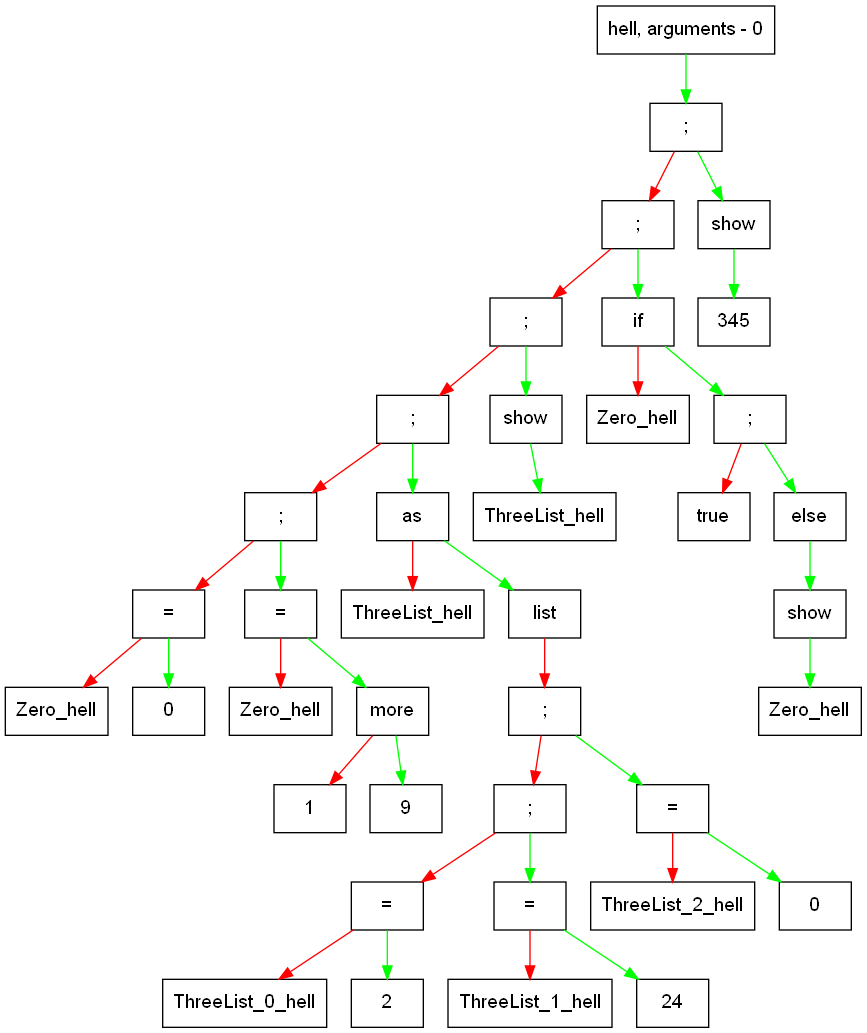
This is dump.png from Naminar/Language, a Graphviz export, as it was before one commit. Its source is kept beside it as dump.dot.
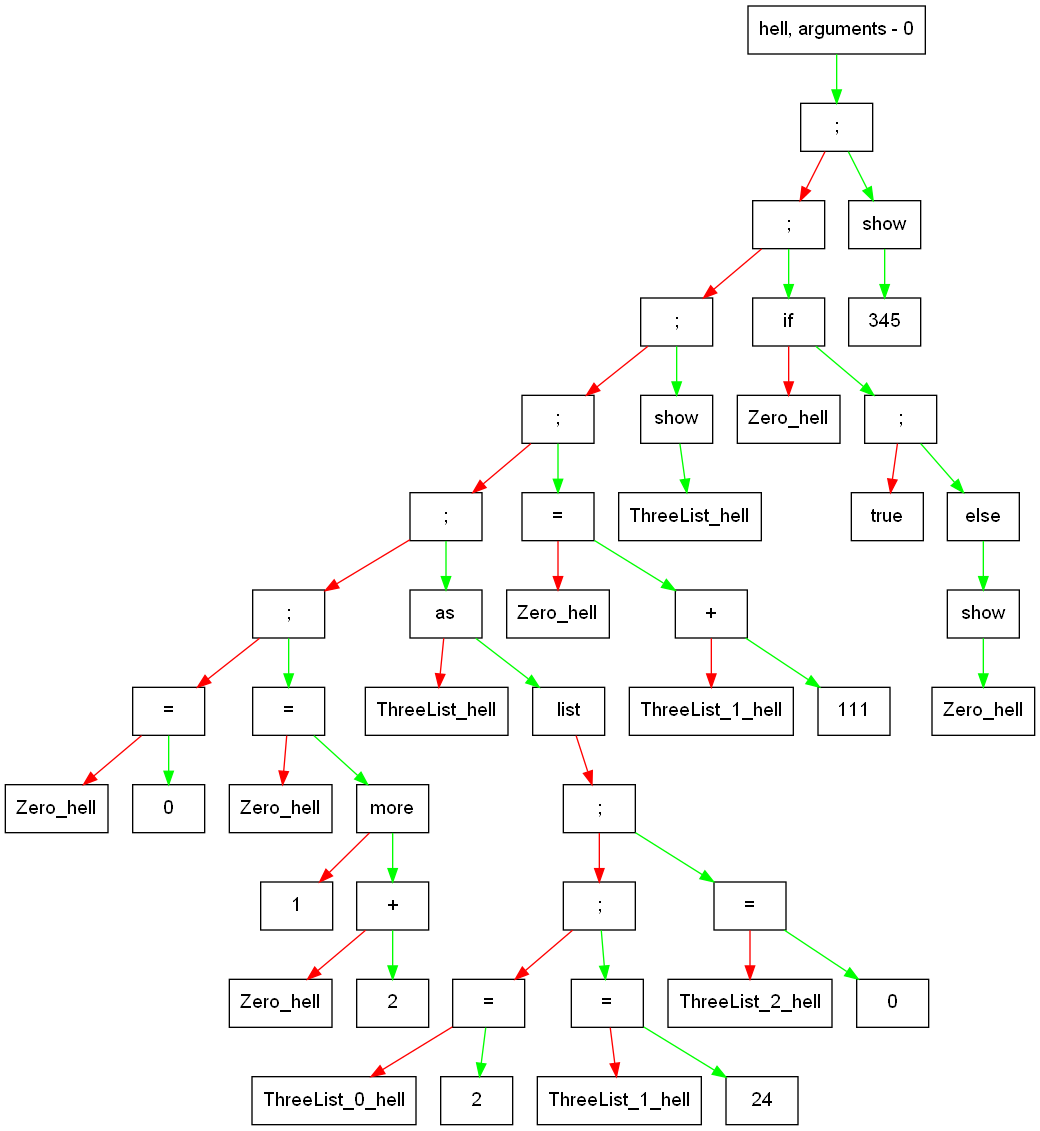
After the change.

Diff of the diagram source:
```diff
@@ -1,80 +1,96 @@
 digraph G{
  size="100" node [shape = record, fontname = Arial];
-    elem000001ba669b1640[label = " {hell, arguments - 0 } "];
+    elem000001f29a071640[label = " {hell, arguments - 0 } "];
 edge [color = green];
-elem000001ba669b1640 -> elem000001ba669b9140;elem000001ba669b9140[label = " {; } "];
+elem000001f29a071640 -> elem000001f29a0791b0;elem000001f29a0791b0[label = " {; } "];
 edge [color = red];
-elem000001ba669b9140 -> elem000001ba669b94c0;edge [color = green];
-elem000001ba669b9140 -> elem000001ba669b8fc0;elem000001ba669b94c0[label = " {; } "];
+elem000001f29a0791b0 -> elem000001f29a079130;edge [color = green];
+elem000001f29a0791b0 -> elem000001f29a078eb0;elem000001f29a079130[label = " {; } "];
 edge [color = red];
-elem000001ba669b94c0 -> elem000001ba669b9040;edge [color = green];
-elem000001ba669b94c0 -> elem000001ba669b7960;elem000001ba669b9040[label = " {; } "];
+elem000001f29a079130 -> elem000001f29a078a30;edge [color = green];
+elem000001f29a079130 -> elem000001f29a079430;elem000001f29a078a30[label = " {; } "];
 edge [color = red];
-elem000001ba669b9040 -> elem000001ba669b9340;edge [color = green];
-elem000001ba669b9040 -> elem000001ba669b77e0;elem000001ba669b9340[label = " {; } "];
+elem000001f29a078a30 -> elem000001f29a0789b0;edge [color = green];
+elem000001f29a078a30 -> elem000001f29a0778e0;elem000001f29a0789b0[label = " {; } "];
 edge [color = red];
-elem000001ba669b9340 -> elem000001ba669b9300;edge [color = green];
-elem000001ba669b9340 -> elem000001ba669b7c60;elem000001ba669b9300[label = " {; } "];
+elem000001f29a0789b0 -> elem000001f29a078f70;edge [color = green];
+elem000001f29a0789b0 -> elem000001f29a0778a0;elem000001f29a078f70[label = " {; } "];
 edge [color = red];
-elem000001ba669b9300 -> elem000001ba669b9400;edge [color = green];
-elem000001ba669b9300 -> elem000001ba669b69a0;elem000001ba669b9400[label = " {= } "];
+elem000001f29a078f70 -> elem000001f29a078af0;edge [color = green];
+elem000001f29a078f70 -> elem000001f29a077c20;elem000001f29a078af0[label = " {; } "];
 edge [color = red];
-elem000001ba669b9400 -> elem000001ba669b6810;edge [color = green];
-elem000001ba669b9400 -> elem000001ba669b8c00;elem000001ba669b6810[label = " {Zero_hell } "];
-elem000001ba669b8c00[label = " {0 } "];
-elem000001ba669b69a0[label = " {= } "];
+elem000001f29a078af0 -> elem000001f29a0795f0;edge [color = green];
+elem000001f29a078af0 -> elem000001f29a0769a0;elem000001f29a0795f0[label = " {= } "];
 edge [color = red];
-elem000001ba669b69a0 -> elem000001ba669b6910;edge [color = green];
-elem000001ba669b69a0 -> elem000001ba669b6ac0;elem000001ba669b6910[label = " {Zero_hell } "];
-elem000001ba669b6ac0[label = " {more } "];
+elem000001f29a0795f0 -> elem000001f29a076810;edge [color = green];
+elem000001f29a0795f0 -> elem000001f29a078c70;elem000001f29a076810[label = " {Zero_hell } "];
+elem000001f29a078c70[label = " {0 } "];
+elem000001f29a0769a0[label = " {= } "];
 edge [color = red];
-elem000001ba669b6ac0 -> elem000001ba669b6a30;edge [color = green];
-elem000001ba669b6ac0 -> elem000001ba669b6be0;elem000001ba669b6a30[label = " {1 } "];
-elem000001ba669b6be0[label = " {9 } "];
-elem000001ba669b7c60[label = " {as } "];
+elem000001f29a0769a0 -> elem000001f29a076910;edge [color = green];
+elem000001f29a0769a0 -> elem000001f29a076ac0;elem000001f29a076910[label = " {Zero_hell } "];
+elem000001f29a076ac0[label = " {more } "];
 edge [color = red];
-elem000001ba669b7c60 -> elem000001ba669b7760;edge [color = green];
-elem000001ba669b7c60 -> elem000001ba669b75a0;elem000001ba669b7760[label = " {ThreeList_hell } "];
-elem000001ba669b75a0[label = " {list } "];
+elem000001f29a076ac0 -> elem000001f29a076a30;edge [color = green];
+elem000001f29a076ac0 -> elem000001f29a076be0;elem000001f29a076a30[label = " {1 } "];
+elem000001f29a076be0[label = " {+ } "];
 edge [color = red];
-elem000001ba669b75a0 -> elem000001ba669b9500;elem000001ba669b9500[label = " {; } "];
+elem000001f29a076be0 -> elem000001f29a076b50;edge [color = green];
+elem000001f29a076be0 -> elem000001f29a077aa0;elem000001f29a076b50[label = " {Zero_hell } "];
+elem000001f29a077aa0[label = " {2 } "];
+elem000001f29a077c20[label = " {as } "];
 edge [color = red];
-elem000001ba669b9500 -> elem000001ba669b9a00;edge [color = green];
-elem000001ba669b9500 -> elem000001ba669b8f80;elem000001ba669b9a00[label = " {; } "];
+elem000001f29a077c20 -> elem000001f29a0776e0;edge [color = green];
+elem000001f29a077c20 -> elem000001f29a0775e0;elem000001f29a0776e0[label = " {ThreeList_hell } "];
+elem000001f29a0775e0[label = " {list } "];
 edge [color = red];
-elem000001ba669b9a00 -> elem000001ba669b9980;edge [color = green];
-elem000001ba669b9a00 -> elem000001ba669b8d00;elem000001ba669b9980[label = " {= } "];
+elem000001f29a0775e0 -> elem000001f29a078cf0;elem000001f29a078cf0[label = " {; } "];
 edge [color = red];
-elem000001ba669b9980 -> elem000001ba669b91c0;edge [color = green];
-elem000001ba669b9980 -> elem000001ba669b79a0;elem000001ba669b91c0[label = " {ThreeList_0_hell } "];
-elem000001ba669b79a0[label = " {2 } "];
-elem000001ba669b8d00[label = " {= } "];
+elem000001f29a078cf0 -> elem000001f29a0788b0;edge [color = green];
+elem000001f29a078cf0 -> elem000001f29a078930;elem000001f29a0788b0[label = " {; } "];
 edge [color = red];
-elem000001ba669b8d00 -> elem000001ba669b8cc0;edge [color = green];
-elem000001ba669b8d00 -> elem000001ba669b75e0;elem000001ba669b8cc0[label = " {ThreeList_1_hell } "];
-elem000001ba669b75e0[label = " {24 } "];
-elem000001ba669b8f80[label = " {= } "];
+elem000001f29a0788b0 -> elem000001f29a078ef0;edge [color = green];
+elem000001f29a0788b0 -> elem000001f29a078ff0;elem000001f29a078ef0[label = " {= } "];
 edge [color = red];
-elem000001ba669b8f80 -> elem000001ba669b9a40;edge [color = green];
-elem000001ba669b8f80 -> elem000001ba669b9940;elem000001ba669b9a40[label = " {ThreeList_2_hell } "];
-elem000001ba669b9940[label = " {0 } "];
-elem000001ba669b77e0[label = " {show } "];
+elem000001f29a078ef0 -> elem000001f29a078bb0;edge [color = green];
+elem000001f29a078ef0 -> elem000001f29a077560;elem000001f29a078bb0[label = " {ThreeList_0_hell } "];
+elem000001f29a077560[label = " {2 } "];
+elem000001f29a078ff0[label = " {= } "];
+edge [color = red];
+elem000001f29a078ff0 -> elem000001f29a078f30;edge [color = green];
+elem000001f29a078ff0 -> elem000001f29a0775a0;elem000001f29a078f30[label = " {ThreeList_1_hell } "];
+elem000001f29a0775a0[label = " {24 } "];
+elem000001f29a078930[label = " {= } "];
+edge [color = red];
+elem000001f29a078930 -> elem000001f29a079730;edge [color = green];
+elem000001f29a078930 -> elem000001f29a079270;elem000001f29a079730[label = " {ThreeList_2_hell } "];
+elem000001f29a079270[label = " {0 } "];
+elem000001f29a0778a0[label = " {= } "];
+edge [color = red];
+elem000001f29a0778a0 -> elem000001f29a077920;edge [color = green];
+elem000001f29a0778a0 -> elem000001f29a0777e0;elem000001f29a077920[label = " {Zero_hell } "];
+elem000001f29a0777e0[label = " {+ } "];
+edge [color = red];
+elem000001f29a0777e0 -> elem000001f29a077a20;edge [color = green];
+elem000001f29a0777e0 -> elem000001f29a077820;elem000001f29a077a20[label = " {ThreeList_1_hell } "];
+elem000001f29a077820[label = " {111 } "];
+elem000001f29a0778e0[label = " {show } "];
 edge [color = green];
-elem000001ba669b77e0 -> elem000001ba669b78e0;elem000001ba669b78e0[label = " {ThreeList_hell } "];
-elem000001ba669b7960[label = " {if } "];
+elem000001f29a0778e0 -> elem000001f29a078b30;elem000001f29a078b30[label = " {ThreeList_hell } "];
+elem000001f29a079430[label = " {if } "];
 edge [color = red];
-elem000001ba669b7960 -> elem000001ba669b7a60;edge [color = green];
-elem000001ba669b7960 -> elem000001ba669b98c0;elem000001ba669b7a60[label = " {Zero_hell } "];
-elem000001ba669b98c0[label = " {; } "];
+elem000001f29a079430 -> elem000001f29a079170;edge [color = green];
+elem000001f29a079430 -> elem000001f29a0793b0;elem000001f29a079170[label = " {Zero_hell } "];
+elem000001f29a0793b0[label = " {; } "];
 edge [color = red];
-elem000001ba669b98c0 -> elem000001ba669b76e0;edge [color = green];
-elem000001ba669b98c0 -> elem000001ba669b7b20;elem000001ba669b76e0[label = " {true } "];
-elem000001ba669b7b20[label = " {else } "];
+elem000001f29a0793b0 -> elem000001f29a079630;edge [color = green];
+elem000001f29a0793b0 -> elem000001f29a079670;elem000001f29a079630[label = " {true } "];
+elem000001f29a079670[label = " {else } "];
 edge [color = green];
-elem000001ba669b7b20 -> elem000001ba669b7860;elem000001ba669b7860[label = " {show } "];
+elem000001f29a079670 -> elem000001f29a0790b0;elem000001f29a0790b0[label = " {show } "];
 edge [color = green];
-elem000001ba669b7860 -> elem000001ba669b7be0;elem000001ba669b7be0[label = " {Zero_hell } "];
-elem000001ba669b8fc0[label = " {show } "];
+elem000001f29a0790b0 -> elem000001f29a078df0;elem000001f29a078df0[label = " {Zero_hell } "];
+elem000001f29a078eb0[label = " {show } "];
 edge [color = green];
-elem000001ba669b8fc0 -> elem000001ba669b9700;elem000001ba669b9700[label = " {345 } "];
+elem000001f29a078eb0 -> elem000001f29a078bf0;elem000001f29a078bf0[label = " {345 } "];
 }
```
